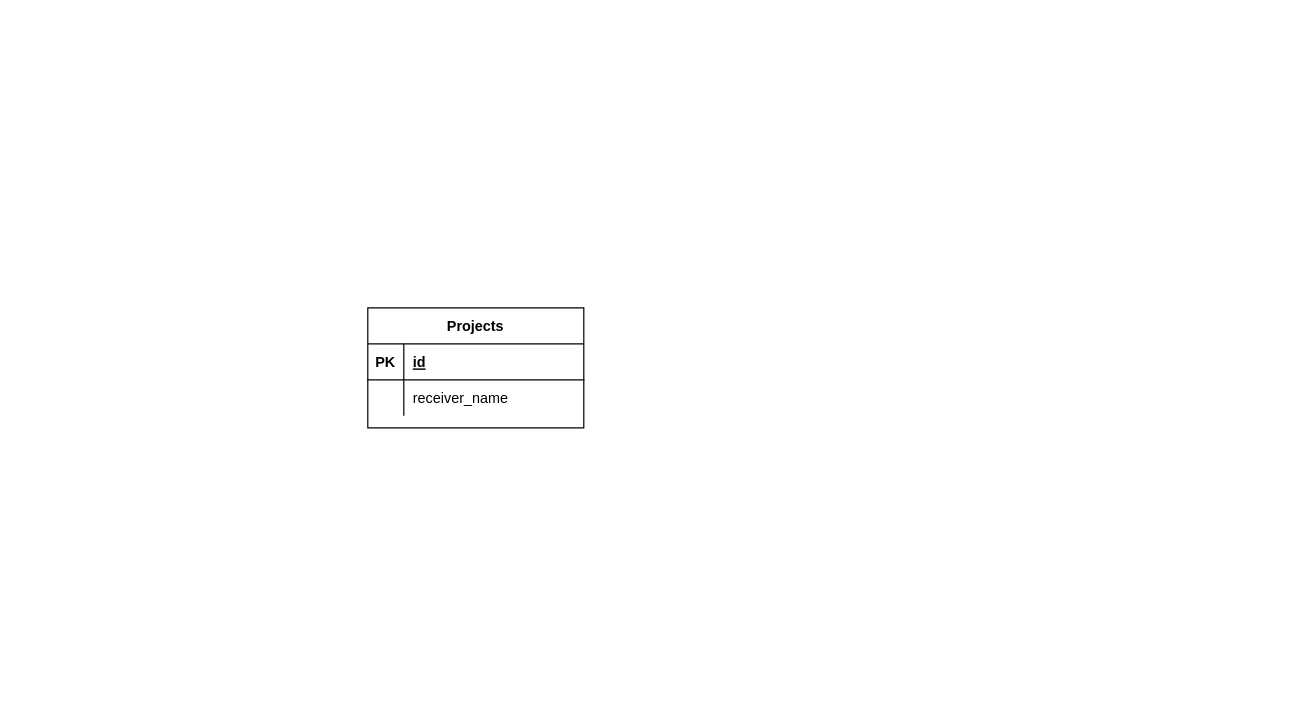
Before: docs/ER.drawio in youngeek-0410/hacku-kosen-2022-backend, a draw.io diagram. Source tidied: cells renumbered, new cells numbered last; positions are measured from the earlier drawing's top-left corner, leaving out a move shared by most shapes. Both pictures are drawn from the tidied source at 120%, with x=0, y=0 at pixel (367, 307).
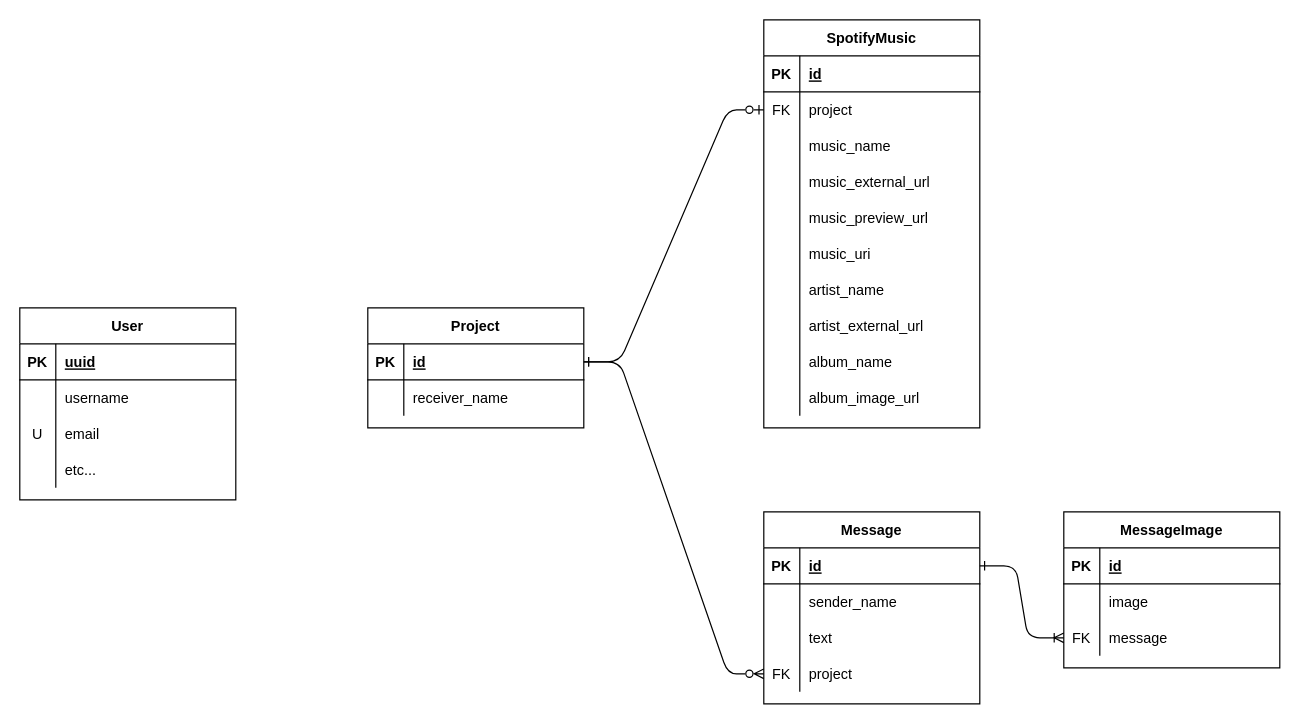
The same page after the edit.

The change refers to these unchanged cells:
```xml
<mxCell id="3" style="shape=partialRectangle;fillColor=none;top=0;left=0;bottom=1;right=0;points=[[0,0.5],[1,0.5]];portConstraint=eastwest;" parent="2" vertex="1">
  <mxGeometry y="30" width="180" height="30" as="geometry" />
</mxCell>
```

Change to the diagram source:
```diff
@@
-    <mxCell id="2" value="Projects" style="shape=table;startSize=30;childLayout=tableLayout;rowLines=0;fontStyle=1;align=center;" parent="1" vertex="1">
+    <mxCell id="2" value="Project" style="shape=table;startSize=30;childLayout=tableLayout;rowLines=0;fontStyle=1;align=center;" parent="1" vertex="1">
       <mxGeometry width="180" height="100" as="geometry" />
     </mxCell>
@@
+    <mxCell id="9" value="SpotifyMusic" style="shape=table;startSize=30;childLayout=tableLayout;rowLines=0;fontStyle=1;align=center;" parent="1" vertex="1">
+      <mxGeometry x="330" y="-240" width="180" height="340" as="geometry" />
+    </mxCell>
+    <mxCell id="10" style="shape=partialRectangle;fillColor=none;top=0;left=0;bottom=1;right=0;" parent="9" vertex="1">
+      <mxGeometry y="30" width="180" height="30" as="geometry" />
+    </mxCell>
+    <mxCell id="11" value="PK" style="shape=partialRectangle;fillColor=none;top=0;left=0;bottom=0;right=0;fontStyle=1;overflow=hidden;" parent="10" vertex="1">
+      <mxGeometry width="30" height="30" as="geometry" />
+    </mxCell>
+    <mxCell id="12" value="id" style="shape=partialRectangle;fillColor=none;top=0;left=0;bottom=0;right=0;align=left;spacingLeft=6;fontStyle=5;overflow=hidden;" parent="10" vertex="1">
+      <mxGeometry x="30" width="150" height="30" as="geometry" />
+    </mxCell>
+    <mxCell id="13" style="shape=partialRectangle;fillColor=none;top=0;left=0;bottom=0;right=0;points=[[0,0.5],[1,0.5]];portConstraint=eastwest;" parent="9" vertex="1">
+      <mxGeometry y="60" width="180" height="30" as="geometry" />
+    </mxCell>
+    <mxCell id="14" value="FK" style="shape=partialRectangle;fillColor=none;top=0;left=0;bottom=0;right=0;overflow=hidden;" parent="13" vertex="1">
+      <mxGeometry width="30" height="30" as="geometry" />
+    </mxCell>
+    <mxCell id="15" value="project" style="shape=partialRectangle;fillColor=none;top=0;left=0;bottom=0;right=0;align=left;spacingLeft=6;overflow=hidden;" parent="13" vertex="1">
+      <mxGeometry x="30" width="150" height="30" as="geometry" />
+    </mxCell>
+    <mxCell id="16" style="shape=partialRectangle;fillColor=none;top=0;left=0;bottom=0;right=0;" parent="9" vertex="1">
+      <mxGeometry y="90" width="180" height="30" as="geometry" />
+    </mxCell>
+    <mxCell id="17" style="shape=partialRectangle;fillColor=none;top=0;left=0;bottom=0;right=0;overflow=hidden;" parent="16" vertex="1">
+      <mxGeometry width="30" height="30" as="geometry" />
+    </mxCell>
+    <mxCell id="18" value="music_name" style="shape=partialRectangle;fillColor=none;top=0;left=0;bottom=0;right=0;align=left;spacingLeft=6;overflow=hidden;" parent="16" vertex="1">
+      <mxGeometry x="30" width="150" height="30" as="geometry" />
+    </mxCell>
+    <mxCell id="19" style="shape=partialRectangle;fillColor=none;top=0;left=0;bottom=0;right=0;" parent="9" vertex="1">
+      <mxGeometry y="120" width="180" height="30" as="geometry" />
+    </mxCell>
+    <mxCell id="20" style="shape=partialRectangle;fillColor=none;top=0;left=0;bottom=0;right=0;overflow=hidden;" parent="19" vertex="1">
+      <mxGeometry width="30" height="30" as="geometry" />
+    </mxCell>
+    <mxCell id="21" value="music_external_url" style="shape=partialRectangle;fillColor=none;top=0;left=0;bottom=0;right=0;align=left;spacingLeft=6;overflow=hidden;" parent="19" vertex="1">
+      <mxGeometry x="30" width="150" height="30" as="geometry" />
+    </mxCell>
+    <mxCell id="22" style="shape=partialRectangle;fillColor=none;top=0;left=0;bottom=0;right=0;" parent="9" vertex="1">
+      <mxGeometry y="150" width="180" height="30" as="geometry" />
+    </mxCell>
+    <mxCell id="23" style="shape=partialRectangle;fillColor=none;top=0;left=0;bottom=0;right=0;overflow=hidden;" parent="22" vertex="1">
+      <mxGeometry width="30" height="30" as="geometry" />
+    </mxCell>
+    <mxCell id="24" value="music_preview_url" style="shape=partialRectangle;fillColor=none;top=0;left=0;bottom=0;right=0;align=left;spacingLeft=6;overflow=hidden;" parent="22" vertex="1">
+      <mxGeometry x="30" width="150" height="30" as="geometry" />
+    </mxCell>
+    <mxCell id="25" style="shape=partialRectangle;fillColor=none;top=0;left=0;bottom=0;right=0;" parent="9" vertex="1">
+      <mxGeometry y="180" width="180" height="30" as="geometry" />
+    </mxCell>
+    <mxCell id="26" style="shape=partialRectangle;fillColor=none;top=0;left=0;bottom=0;right=0;overflow=hidden;" parent="25" vertex="1">
+      <mxGeometry width="30" height="30" as="geometry" />
+    </mxCell>
+    <mxCell id="27" value="music_uri" style="shape=partialRectangle;fillColor=none;top=0;left=0;bottom=0;right=0;align=left;spacingLeft=6;overflow=hidden;" parent="25" vertex="1">
+      <mxGeometry x="30" width="150" height="30" as="geometry" />
+    </mxCell>
+    <mxCell id="28" style="shape=partialRectangle;fillColor=none;top=0;left=0;bottom=0;right=0;" parent="9" vertex="1">
+      <mxGeometry y="210" width="180" height="30" as="geometry" />
+    </mxCell>
+    <mxCell id="29" style="shape=partialRectangle;fillColor=none;top=0;left=0;bottom=0;right=0;overflow=hidden;" parent="28" vertex="1">
+      <mxGeometry width="30" height="30" as="geometry" />
+    </mxCell>
+    <mxCell id="30" value="artist_name" style="shape=partialRectangle;fillColor=none;top=0;left=0;bottom=0;right=0;align=left;spacingLeft=6;overflow=hidden;" parent="28" vertex="1">
+      <mxGeometry x="30" width="150" height="30" as="geometry" />
+    </mxCell>
+    <mxCell id="31" style="shape=partialRectangle;fillColor=none;top=0;left=0;bottom=0;right=0;" parent="9" vertex="1">
+      <mxGeometry y="240" width="180" height="30" as="geometry" />
+    </mxCell>
+    <mxCell id="32" style="shape=partialRectangle;fillColor=none;top=0;left=0;bottom=0;right=0;overflow=hidden;" parent="31" vertex="1">
+      <mxGeometry width="30" height="30" as="geometry" />
+    </mxCell>
+    <mxCell id="33" value="artist_external_url" style="shape=partialRectangle;fillColor=none;top=0;left=0;bottom=0;right=0;align=left;spacingLeft=6;overflow=hidden;" parent="31" vertex="1">
+      <mxGeometry x="30" width="150" height="30" as="geometry" />
+    </mxCell>
+    <mxCell id="34" style="shape=partialRectangle;fillColor=none;top=0;left=0;bottom=0;right=0;" parent="9" vertex="1">
+      <mxGeometry y="270" width="180" height="30" as="geometry" />
+    </mxCell>
+    <mxCell id="35" style="shape=partialRectangle;fillColor=none;top=0;left=0;bottom=0;right=0;overflow=hidden;" parent="34" vertex="1">
+      <mxGeometry width="30" height="30" as="geometry" />
+    </mxCell>
+    <mxCell id="36" value="album_name" style="shape=partialRectangle;fillColor=none;top=0;left=0;bottom=0;right=0;align=left;spacingLeft=6;overflow=hidden;" parent="34" vertex="1">
+      <mxGeometry x="30" width="150" height="30" as="geometry" />
+    </mxCell>
+    <mxCell id="37" style="shape=partialRectangle;fillColor=none;top=0;left=0;bottom=0;right=0;" parent="9" vertex="1">
+      <mxGeometry y="300" width="180" height="30" as="geometry" />
+    </mxCell>
+    <mxCell id="38" style="shape=partialRectangle;fillColor=none;top=0;left=0;bottom=0;right=0;overflow=hidden;" parent="37" vertex="1">
+      <mxGeometry width="30" height="30" as="geometry" />
+    </mxCell>
+    <mxCell id="39" value="album_image_url" style="shape=partialRectangle;fillColor=none;top=0;left=0;bottom=0;right=0;align=left;spacingLeft=6;overflow=hidden;" parent="37" vertex="1">
+      <mxGeometry x="30" width="150" height="30" as="geometry" />
+    </mxCell>
+    <mxCell id="40" style="edgeStyle=entityRelationEdgeStyle;fontSize=12;html=1;endArrow=ERzeroToOne;endFill=0;exitX=1;exitY=0.5;exitDx=0;exitDy=0;entryX=0;entryY=0.5;entryDx=0;entryDy=0;startArrow=ERone;startFill=0;" parent="1" edge="1" source="3" target="13">
+      <mxGeometry relative="1" as="geometry" />
+    </mxCell>
+    <mxCell id="41" value="User" style="shape=table;startSize=30;childLayout=tableLayout;rowLines=0;fontStyle=1;align=center;" parent="1" vertex="1">
+      <mxGeometry x="-290" width="180" height="160" as="geometry" />
+    </mxCell>
+    <mxCell id="42" style="shape=partialRectangle;fillColor=none;top=0;left=0;bottom=1;right=0;" parent="41" vertex="1">
+      <mxGeometry y="30" width="180" height="30" as="geometry" />
+    </mxCell>
+    <mxCell id="43" value="PK" style="shape=partialRectangle;fillColor=none;top=0;left=0;bottom=0;right=0;fontStyle=1;overflow=hidden;" parent="42" vertex="1">
+      <mxGeometry width="30" height="30" as="geometry" />
+    </mxCell>
+    <mxCell id="44" value="uuid" style="shape=partialRectangle;fillColor=none;top=0;left=0;bottom=0;right=0;align=left;spacingLeft=6;fontStyle=5;overflow=hidden;" parent="42" vertex="1">
+      <mxGeometry x="30" width="150" height="30" as="geometry" />
+    </mxCell>
+    <mxCell id="45" style="shape=partialRectangle;fillColor=none;top=0;left=0;bottom=0;right=0;" parent="41" vertex="1">
+      <mxGeometry y="60" width="180" height="30" as="geometry" />
+    </mxCell>
+    <mxCell id="46" style="shape=partialRectangle;fillColor=none;top=0;left=0;bottom=0;right=0;overflow=hidden;" parent="45" vertex="1">
+      <mxGeometry width="30" height="30" as="geometry" />
+    </mxCell>
+    <mxCell id="47" value="username" style="shape=partialRectangle;fillColor=none;top=0;left=0;bottom=0;right=0;align=left;spacingLeft=6;overflow=hidden;" parent="45" vertex="1">
+      <mxGeometry x="30" width="150" height="30" as="geometry" />
+    </mxCell>
+    <mxCell id="48" style="shape=partialRectangle;fillColor=none;top=0;left=0;bottom=0;right=0;" parent="41" vertex="1">
+      <mxGeometry y="90" width="180" height="30" as="geometry" />
+    </mxCell>
+    <mxCell id="49" value="U" style="shape=partialRectangle;fillColor=none;top=0;left=0;bottom=0;right=0;overflow=hidden;" parent="48" vertex="1">
+      <mxGeometry width="30" height="30" as="geometry" />
+    </mxCell>
+    <mxCell id="50" value="email" style="shape=partialRectangle;fillColor=none;top=0;left=0;bottom=0;right=0;align=left;spacingLeft=6;overflow=hidden;" parent="48" vertex="1">
+      <mxGeometry x="30" width="150" height="30" as="geometry" />
+    </mxCell>
+    <mxCell id="51" style="shape=partialRectangle;fillColor=none;top=0;left=0;bottom=0;right=0;" parent="41" vertex="1">
+      <mxGeometry y="120" width="180" height="30" as="geometry" />
+    </mxCell>
+    <mxCell id="52" style="shape=partialRectangle;fillColor=none;top=0;left=0;bottom=0;right=0;overflow=hidden;" parent="51" vertex="1">
+      <mxGeometry width="30" height="30" as="geometry" />
+    </mxCell>
+    <mxCell id="53" value="etc..." style="shape=partialRectangle;fillColor=none;top=0;left=0;bottom=0;right=0;align=left;spacingLeft=6;overflow=hidden;" parent="51" vertex="1">
+      <mxGeometry x="30" width="150" height="30" as="geometry" />
+    </mxCell>
+    <mxCell id="54" value="Message" style="shape=table;startSize=30;childLayout=tableLayout;rowLines=0;fontStyle=1;align=center;" parent="1" vertex="1">
+      <mxGeometry x="330" y="170" width="180" height="160" as="geometry" />
+    </mxCell>
+    <mxCell id="55" style="shape=partialRectangle;fillColor=none;top=0;left=0;bottom=1;right=0;points=[[0,0.5],[1,0.5]];portConstraint=eastwest;" parent="54" vertex="1">
+      <mxGeometry y="30" width="180" height="30" as="geometry" />
+    </mxCell>
+    <mxCell id="56" value="PK" style="shape=partialRectangle;fillColor=none;top=0;left=0;bottom=0;right=0;fontStyle=1;overflow=hidden;" parent="55" vertex="1">
+      <mxGeometry width="30" height="30" as="geometry" />
+    </mxCell>
+    <mxCell id="57" value="id" style="shape=partialRectangle;fillColor=none;top=0;left=0;bottom=0;right=0;align=left;spacingLeft=6;fontStyle=5;overflow=hidden;" parent="55" vertex="1">
+      <mxGeometry x="30" width="150" height="30" as="geometry" />
+    </mxCell>
+    <mxCell id="58" style="shape=partialRectangle;fillColor=none;top=0;left=0;bottom=0;right=0;" parent="54" vertex="1">
+      <mxGeometry y="60" width="180" height="30" as="geometry" />
+    </mxCell>
+    <mxCell id="59" style="shape=partialRectangle;fillColor=none;top=0;left=0;bottom=0;right=0;overflow=hidden;" parent="58" vertex="1">
+      <mxGeometry width="30" height="30" as="geometry" />
+    </mxCell>
+    <mxCell id="60" value="sender_name" style="shape=partialRectangle;fillColor=none;top=0;left=0;bottom=0;right=0;align=left;spacingLeft=6;overflow=hidden;" parent="58" vertex="1">
+      <mxGeometry x="30" width="150" height="30" as="geometry" />
+    </mxCell>
+    <mxCell id="61" style="shape=partialRectangle;fillColor=none;top=0;left=0;bottom=0;right=0;" parent="54" vertex="1">
+      <mxGeometry y="90" width="180" height="30" as="geometry" />
+    </mxCell>
+    <mxCell id="62" style="shape=partialRectangle;fillColor=none;top=0;left=0;bottom=0;right=0;overflow=hidden;" parent="61" vertex="1">
+      <mxGeometry width="30" height="30" as="geometry" />
+    </mxCell>
+    <mxCell id="63" value="text" style="shape=partialRectangle;fillColor=none;top=0;left=0;bottom=0;right=0;align=left;spacingLeft=6;overflow=hidden;" parent="61" vertex="1">
+      <mxGeometry x="30" width="150" height="30" as="geometry" />
+    </mxCell>
+    <mxCell id="64" style="shape=partialRectangle;fillColor=none;top=0;left=0;bottom=0;right=0;points=[[0,0.5],[1,0.5]];portConstraint=eastwest;" parent="54" vertex="1">
+      <mxGeometry y="120" width="180" height="30" as="geometry" />
+    </mxCell>
+    <mxCell id="65" value="FK" style="shape=partialRectangle;fillColor=none;top=0;left=0;bottom=0;right=0;overflow=hidden;" parent="64" vertex="1">
+      <mxGeometry width="30" height="30" as="geometry" />
+    </mxCell>
+    <mxCell id="66" value="project" style="shape=partialRectangle;fillColor=none;top=0;left=0;bottom=0;right=0;align=left;spacingLeft=6;overflow=hidden;" parent="64" vertex="1">
+      <mxGeometry x="30" width="150" height="30" as="geometry" />
+    </mxCell>
+    <mxCell id="67" value="MessageImage" style="shape=table;startSize=30;childLayout=tableLayout;rowLines=0;fontStyle=1;align=center;" parent="1" vertex="1">
+      <mxGeometry x="580" y="170" width="180" height="130" as="geometry" />
+    </mxCell>
+    <mxCell id="68" style="shape=partialRectangle;fillColor=none;top=0;left=0;bottom=1;right=0;" parent="67" vertex="1">
+      <mxGeometry y="30" width="180" height="30" as="geometry" />
+    </mxCell>
+    <mxCell id="69" value="PK" style="shape=partialRectangle;fillColor=none;top=0;left=0;bottom=0;right=0;fontStyle=1;overflow=hidden;" parent="68" vertex="1">
+      <mxGeometry width="30" height="30" as="geometry" />
+    </mxCell>
+    <mxCell id="70" value="id" style="shape=partialRectangle;fillColor=none;top=0;left=0;bottom=0;right=0;align=left;spacingLeft=6;fontStyle=5;overflow=hidden;" parent="68" vertex="1">
+      <mxGeometry x="30" width="150" height="30" as="geometry" />
+    </mxCell>
+    <mxCell id="71" style="shape=partialRectangle;fillColor=none;top=0;left=0;bottom=0;right=0;" parent="67" vertex="1">
+      <mxGeometry y="60" width="180" height="30" as="geometry" />
+    </mxCell>
+    <mxCell id="72" style="shape=partialRectangle;fillColor=none;top=0;left=0;bottom=0;right=0;overflow=hidden;" parent="71" vertex="1">
+      <mxGeometry width="30" height="30" as="geometry" />
+    </mxCell>
+    <mxCell id="73" value="image" style="shape=partialRectangle;fillColor=none;top=0;left=0;bottom=0;right=0;align=left;spacingLeft=6;overflow=hidden;" parent="71" vertex="1">
+      <mxGeometry x="30" width="150" height="30" as="geometry" />
+    </mxCell>
+    <mxCell id="74" style="shape=partialRectangle;fillColor=none;top=0;left=0;bottom=0;right=0;points=[[0,0.5],[1,0.5]];portConstraint=eastwest;" parent="67" vertex="1">
+      <mxGeometry y="90" width="180" height="30" as="geometry" />
+    </mxCell>
+    <mxCell id="75" value="FK" style="shape=partialRectangle;fillColor=none;top=0;left=0;bottom=0;right=0;overflow=hidden;" parent="74" vertex="1">
+      <mxGeometry width="30" height="30" as="geometry" />
+    </mxCell>
+    <mxCell id="76" value="message" style="shape=partialRectangle;fillColor=none;top=0;left=0;bottom=0;right=0;align=left;spacingLeft=6;overflow=hidden;" parent="74" vertex="1">
+      <mxGeometry x="30" width="150" height="30" as="geometry" />
+    </mxCell>
+    <mxCell id="77" style="edgeStyle=entityRelationEdgeStyle;fontSize=12;html=1;endArrow=ERone;startArrow=ERoneToMany;entryX=1;entryY=0.5;entryDx=0;entryDy=0;startFill=0;endFill=0;exitX=0;exitY=0.5;exitDx=0;exitDy=0;" parent="1" edge="1" source="74" target="55">
+      <mxGeometry relative="1" as="geometry" />
+    </mxCell>
+    <mxCell id="78" style="edgeStyle=entityRelationEdgeStyle;fontSize=12;html=1;endArrow=ERzeroToMany;endFill=0;exitX=1;exitY=0.5;exitDx=0;exitDy=0;entryX=0;entryY=0.5;entryDx=0;entryDy=0;startArrow=ERone;startFill=0;" parent="1" edge="1" source="3" target="64">
+      <mxGeometry relative="1" as="geometry" />
+    </mxCell>
```
